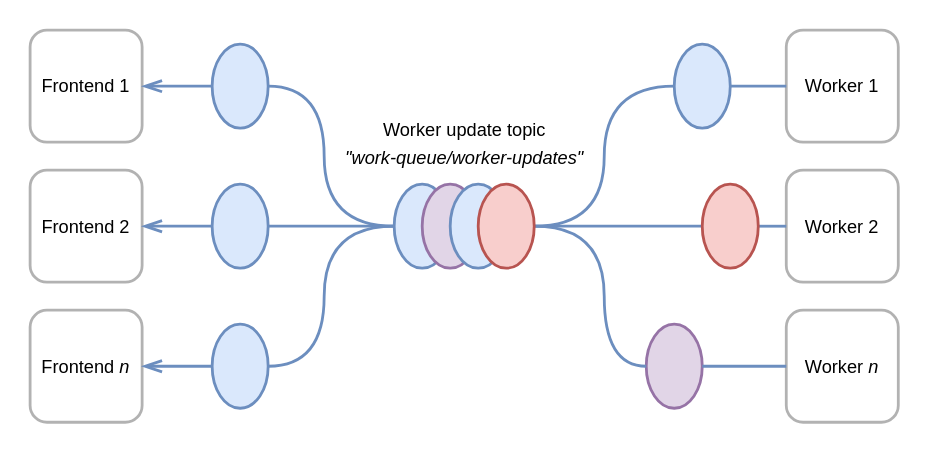
Earlier version of the draw.io export docs/images/worker-updates.svg (ssorj/upstate). Source tidied: cells renumbered, new cells last; positions are measured from the earlier drawing's top-left corner, leaving out a move shared by most shapes. The source it was exported from:
```xml
<mxGraphModel background="#ffffff">
  <root>
    <mxCell id="0" />
    <mxCell id="1" parent="0" />
    <mxCell id="2" style="ellipse;whiteSpace=wrap;html=1;strokeWidth=2;strokeColor=#6c8ebf;fontSize=13;fillColor=#dae8fc;" parent="1" vertex="1">
      <mxGeometry x="260" y="110" width="40" height="60" as="geometry" />
    </mxCell>
    <mxCell id="3" value="&lt;font style=&quot;font-size: 13px ; line-height: 150%&quot;&gt;Worker update topic&lt;br style=&quot;font-size: 13px&quot;&gt;&lt;i style=&quot;font-size: 13px&quot;&gt;&quot;work-queue/worker-updates&quot;&lt;/i&gt;&lt;br style=&quot;font-size: 13px&quot;&gt;&lt;/font&gt;" style="text;html=1;strokeColor=none;fillColor=none;align=center;verticalAlign=middle;whiteSpace=wrap;rounded=0;fontSize=13;" parent="1" vertex="1">
      <mxGeometry x="210" y="60" width="200" height="40" as="geometry" />
    </mxCell>
    <mxCell id="4" value="Worker 1" style="rounded=1;whiteSpace=wrap;html=1;strokeWidth=2;opacity=30;fontSize=13;fontFamily=Helvetica;" parent="1" vertex="1">
      <mxGeometry x="540" width="80" height="80" as="geometry" />
    </mxCell>
    <mxCell id="5" value="Worker 2" style="rounded=1;whiteSpace=wrap;html=1;strokeWidth=2;opacity=30;fontSize=13;fontFamily=Helvetica;" parent="1" vertex="1">
      <mxGeometry x="540" y="100" width="80" height="80" as="geometry" />
    </mxCell>
    <mxCell id="6" value="Worker &lt;i style=&quot;font-size: 13px;&quot;&gt;n&lt;/i&gt;&lt;br style=&quot;font-size: 13px;&quot;&gt;" style="rounded=1;whiteSpace=wrap;html=1;strokeWidth=2;opacity=30;fontSize=13;fontFamily=Helvetica;" parent="1" vertex="1">
      <mxGeometry x="540" y="200" width="80" height="80" as="geometry" />
    </mxCell>
    <mxCell id="7" style="ellipse;whiteSpace=wrap;html=1;strokeWidth=2;strokeColor=#6c8ebf;fontSize=13;fillColor=#dae8fc;" parent="1" vertex="1">
      <mxGeometry x="460" y="10" width="40" height="60" as="geometry" />
    </mxCell>
    <mxCell id="8" style="ellipse;whiteSpace=wrap;html=1;strokeWidth=2;strokeColor=#9673a6;fontSize=13;fillColor=#e1d5e7;" parent="1" vertex="1">
      <mxGeometry x="440" y="210" width="40" height="60" as="geometry" />
    </mxCell>
    <mxCell id="9" style="edgeStyle=orthogonalEdgeStyle;html=1;exitX=1;exitY=0.5;entryX=0;entryY=0.5;jettySize=auto;curved=1;endArrow=none;endFill=0;endSize=10;targetPerimeterSpacing=0;sourcePerimeterSpacing=0;comic=0;strokeWidth=2;fillColor=#dae8fc;strokeColor=#6c8ebf;fontSize=13;" parent="1" edge="1" source="11" target="5">
      <mxGeometry relative="1" as="geometry" />
    </mxCell>
    <mxCell id="10" style="edgeStyle=orthogonalEdgeStyle;html=1;exitX=1;exitY=0.5;entryX=0;entryY=0.5;jettySize=auto;curved=1;endArrow=none;endFill=0;endSize=10;targetPerimeterSpacing=0;sourcePerimeterSpacing=0;comic=0;strokeWidth=2;fillColor=#dae8fc;strokeColor=#6c8ebf;fontSize=13;" parent="1" edge="1" source="30" target="11">
      <mxGeometry relative="1" as="geometry" />
    </mxCell>
    <mxCell id="11" style="ellipse;whiteSpace=wrap;html=1;strokeWidth=2;strokeColor=#b85450;fontSize=13;fillColor=#f8cecc;" parent="1" vertex="1">
      <mxGeometry x="480" y="110" width="40" height="60" as="geometry" />
    </mxCell>
    <mxCell id="12" style="edgeStyle=orthogonalEdgeStyle;html=1;exitX=1;exitY=0.5;entryX=0;entryY=0.5;jettySize=auto;curved=1;endArrow=none;endFill=0;endSize=10;targetPerimeterSpacing=0;sourcePerimeterSpacing=0;comic=0;strokeWidth=2;fillColor=#dae8fc;strokeColor=#6c8ebf;fontSize=13;" parent="1" edge="1" source="30" target="8">
      <mxGeometry relative="1" as="geometry">
        <Array as="points">
          <mxPoint x="410" y="140" />
          <mxPoint x="410" y="240" />
        </Array>
      </mxGeometry>
    </mxCell>
    <mxCell id="13" style="edgeStyle=orthogonalEdgeStyle;html=1;exitX=1;exitY=0.5;entryX=0;entryY=0.5;jettySize=auto;curved=1;endArrow=none;endFill=0;endSize=10;targetPerimeterSpacing=0;sourcePerimeterSpacing=0;comic=0;strokeWidth=2;fillColor=#dae8fc;strokeColor=#6c8ebf;fontSize=13;" parent="1" edge="1" source="8" target="6">
      <mxGeometry relative="1" as="geometry" />
    </mxCell>
    <mxCell id="14" style="edgeStyle=orthogonalEdgeStyle;html=1;exitX=1;exitY=0.5;entryX=0;entryY=0.5;jettySize=auto;curved=1;endArrow=none;endFill=0;endSize=10;targetPerimeterSpacing=0;sourcePerimeterSpacing=0;comic=0;strokeWidth=2;fillColor=#dae8fc;strokeColor=#6c8ebf;fontSize=13;" parent="1" edge="1" source="7" target="4">
      <mxGeometry relative="1" as="geometry" />
    </mxCell>
    <mxCell id="15" style="edgeStyle=orthogonalEdgeStyle;html=1;exitX=1;exitY=0.5;jettySize=auto;curved=1;endArrow=none;endFill=0;endSize=10;targetPerimeterSpacing=0;sourcePerimeterSpacing=0;comic=0;strokeWidth=2;fillColor=#dae8fc;strokeColor=#6c8ebf;entryX=0;entryY=0.5;fontSize=13;" parent="1" edge="1" source="30" target="7">
      <mxGeometry relative="1" as="geometry">
        <Array as="points">
          <mxPoint x="410" y="140" />
          <mxPoint x="410" y="40" />
        </Array>
      </mxGeometry>
    </mxCell>
    <mxCell id="16" value="Frontend 1&lt;br style=&quot;font-size: 13px;&quot;&gt;" style="rounded=1;whiteSpace=wrap;html=1;strokeWidth=2;opacity=30;fontSize=13;fontFamily=Helvetica;" parent="1" vertex="1">
      <mxGeometry width="80" height="80" as="geometry" />
    </mxCell>
    <mxCell id="17" value="Frontend 2&lt;br style=&quot;font-size: 13px;&quot;&gt;" style="rounded=1;whiteSpace=wrap;html=1;strokeWidth=2;opacity=30;fontSize=13;fontFamily=Helvetica;" parent="1" vertex="1">
      <mxGeometry y="100" width="80" height="80" as="geometry" />
    </mxCell>
    <mxCell id="18" value="Frontend &lt;i style=&quot;font-size: 13px;&quot;&gt;n&lt;/i&gt;&lt;br style=&quot;font-size: 13px;&quot;&gt;" style="rounded=1;whiteSpace=wrap;html=1;strokeWidth=2;opacity=30;fontSize=13;fontFamily=Helvetica;" parent="1" vertex="1">
      <mxGeometry y="200" width="80" height="80" as="geometry" />
    </mxCell>
    <mxCell id="19" style="ellipse;whiteSpace=wrap;html=1;strokeWidth=2;strokeColor=#6c8ebf;fontSize=13;fillColor=#dae8fc;" parent="1" vertex="1">
      <mxGeometry x="130" y="10" width="40" height="60" as="geometry" />
    </mxCell>
    <mxCell id="20" style="ellipse;whiteSpace=wrap;html=1;strokeWidth=2;strokeColor=#6c8ebf;fontSize=13;fillColor=#dae8fc;" parent="1" vertex="1">
      <mxGeometry x="130" y="210" width="40" height="60" as="geometry" />
    </mxCell>
    <mxCell id="21" style="ellipse;whiteSpace=wrap;html=1;strokeWidth=2;strokeColor=#6c8ebf;fontSize=13;fillColor=#dae8fc;" parent="1" vertex="1">
      <mxGeometry x="130" y="110" width="40" height="60" as="geometry" />
    </mxCell>
    <mxCell id="22" style="edgeStyle=orthogonalEdgeStyle;html=1;exitX=0;exitY=0.5;jettySize=auto;curved=1;endArrow=none;endFill=0;endSize=10;targetPerimeterSpacing=0;sourcePerimeterSpacing=0;comic=0;strokeWidth=2;fillColor=#dae8fc;strokeColor=#6c8ebf;entryX=1;entryY=0.5;fontSize=13;" parent="1" edge="1" source="2" target="20">
      <mxGeometry relative="1" as="geometry">
        <Array as="points">
          <mxPoint x="210" y="140" />
          <mxPoint x="210" y="240" />
        </Array>
      </mxGeometry>
    </mxCell>
    <mxCell id="23" style="edgeStyle=orthogonalEdgeStyle;html=1;exitX=0;exitY=0.5;entryX=1;entryY=0.5;jettySize=auto;curved=1;endArrow=none;endFill=0;endSize=10;targetPerimeterSpacing=0;sourcePerimeterSpacing=0;comic=0;strokeWidth=2;fillColor=#dae8fc;strokeColor=#6c8ebf;fontSize=13;" parent="1" edge="1" source="2" target="21">
      <mxGeometry relative="1" as="geometry" />
    </mxCell>
    <mxCell id="24" style="edgeStyle=orthogonalEdgeStyle;html=1;exitX=0;exitY=0.5;entryX=1;entryY=0.5;jettySize=auto;curved=1;endArrow=none;endFill=0;endSize=10;targetPerimeterSpacing=0;sourcePerimeterSpacing=0;comic=0;strokeWidth=2;fillColor=#dae8fc;strokeColor=#6c8ebf;fontSize=13;" parent="1" edge="1" source="2" target="19">
      <mxGeometry relative="1" as="geometry">
        <Array as="points">
          <mxPoint x="210" y="140" />
          <mxPoint x="210" y="40" />
        </Array>
      </mxGeometry>
    </mxCell>
    <mxCell id="25" style="edgeStyle=orthogonalEdgeStyle;html=1;exitX=1;exitY=0.5;entryX=0;entryY=0.5;jettySize=auto;curved=1;endArrow=none;endFill=0;endSize=10;targetPerimeterSpacing=0;sourcePerimeterSpacing=0;comic=0;strokeWidth=2;fillColor=#dae8fc;strokeColor=#6c8ebf;fontSize=13;startArrow=openThin;startFill=0;startSize=10;" parent="1" edge="1" source="16" target="19">
      <mxGeometry relative="1" as="geometry" />
    </mxCell>
    <mxCell id="26" style="edgeStyle=orthogonalEdgeStyle;html=1;exitX=1;exitY=0.5;entryX=0;entryY=0.5;jettySize=auto;curved=1;endArrow=none;endFill=0;endSize=10;targetPerimeterSpacing=0;sourcePerimeterSpacing=0;comic=0;strokeWidth=2;fillColor=#dae8fc;strokeColor=#6c8ebf;fontSize=13;startArrow=openThin;startFill=0;startSize=10;" parent="1" edge="1" source="17" target="21">
      <mxGeometry relative="1" as="geometry" />
    </mxCell>
    <mxCell id="27" style="edgeStyle=orthogonalEdgeStyle;html=1;exitX=1;exitY=0.5;entryX=0;entryY=0.5;jettySize=auto;curved=1;endArrow=none;endFill=0;endSize=10;targetPerimeterSpacing=0;sourcePerimeterSpacing=0;comic=0;strokeWidth=2;fillColor=#dae8fc;strokeColor=#6c8ebf;fontSize=13;startArrow=openThin;startFill=0;startSize=10;" parent="1" edge="1" source="18" target="20">
      <mxGeometry relative="1" as="geometry" />
    </mxCell>
    <mxCell id="28" style="ellipse;whiteSpace=wrap;html=1;strokeWidth=2;strokeColor=#9673a6;fontSize=13;fillColor=#e1d5e7;" parent="1" vertex="1">
      <mxGeometry x="280" y="110" width="40" height="60" as="geometry" />
    </mxCell>
    <mxCell id="29" style="ellipse;whiteSpace=wrap;html=1;strokeWidth=2;strokeColor=#6c8ebf;fontSize=13;fillColor=#dae8fc;" parent="1" vertex="1">
      <mxGeometry x="300" y="110" width="40" height="60" as="geometry" />
    </mxCell>
    <mxCell id="30" style="ellipse;whiteSpace=wrap;html=1;strokeWidth=2;strokeColor=#b85450;fontSize=13;fillColor=#f8cecc;" parent="1" vertex="1">
      <mxGeometry x="320" y="110" width="40" height="60" as="geometry" />
    </mxCell>
  </root>
</mxGraphModel>
```
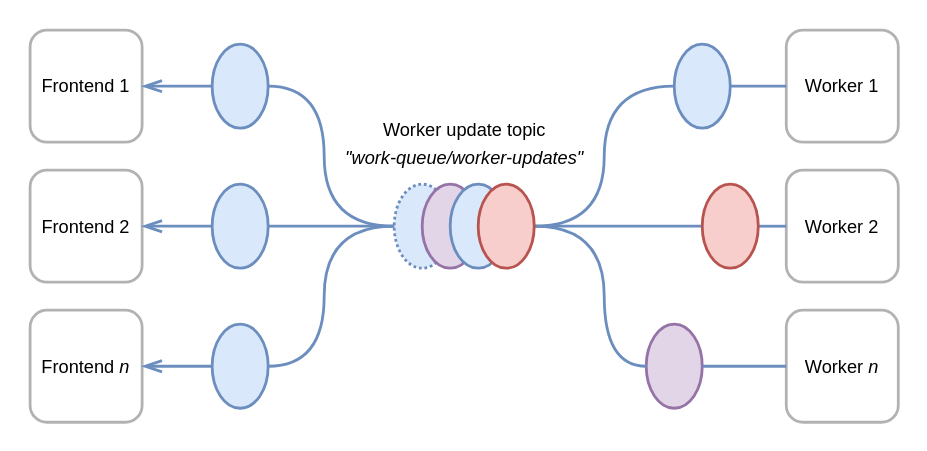
The same diagram one commit later.

What changed in the source:
```diff
@@ -1,8 +1,8 @@
-<mxGraphModel background="#ffffff">
+<mxGraphModel>
   <root>
     <mxCell id="0" />
     <mxCell id="1" parent="0" />
-    <mxCell id="2" style="ellipse;whiteSpace=wrap;html=1;strokeWidth=2;strokeColor=#6c8ebf;fontSize=13;fillColor=#dae8fc;" parent="1" vertex="1">
+    <mxCell id="2" style="ellipse;whiteSpace=wrap;html=1;strokeWidth=2;strokeColor=#6c8ebf;fontSize=13;fillColor=#dae8fc;dashed=1;dashPattern=1 1;" parent="1" vertex="1">
       <mxGeometry x="260" y="110" width="40" height="60" as="geometry" />
     </mxCell>
     <mxCell id="3" value="&lt;font style=&quot;font-size: 13px ; line-height: 150%&quot;&gt;Worker update topic&lt;br style=&quot;font-size: 13px&quot;&gt;&lt;i style=&quot;font-size: 13px&quot;&gt;&quot;work-queue/worker-updates&quot;&lt;/i&gt;&lt;br style=&quot;font-size: 13px&quot;&gt;&lt;/font&gt;" style="text;html=1;strokeColor=none;fillColor=none;align=center;verticalAlign=middle;whiteSpace=wrap;rounded=0;fontSize=13;" parent="1" vertex="1">
```
